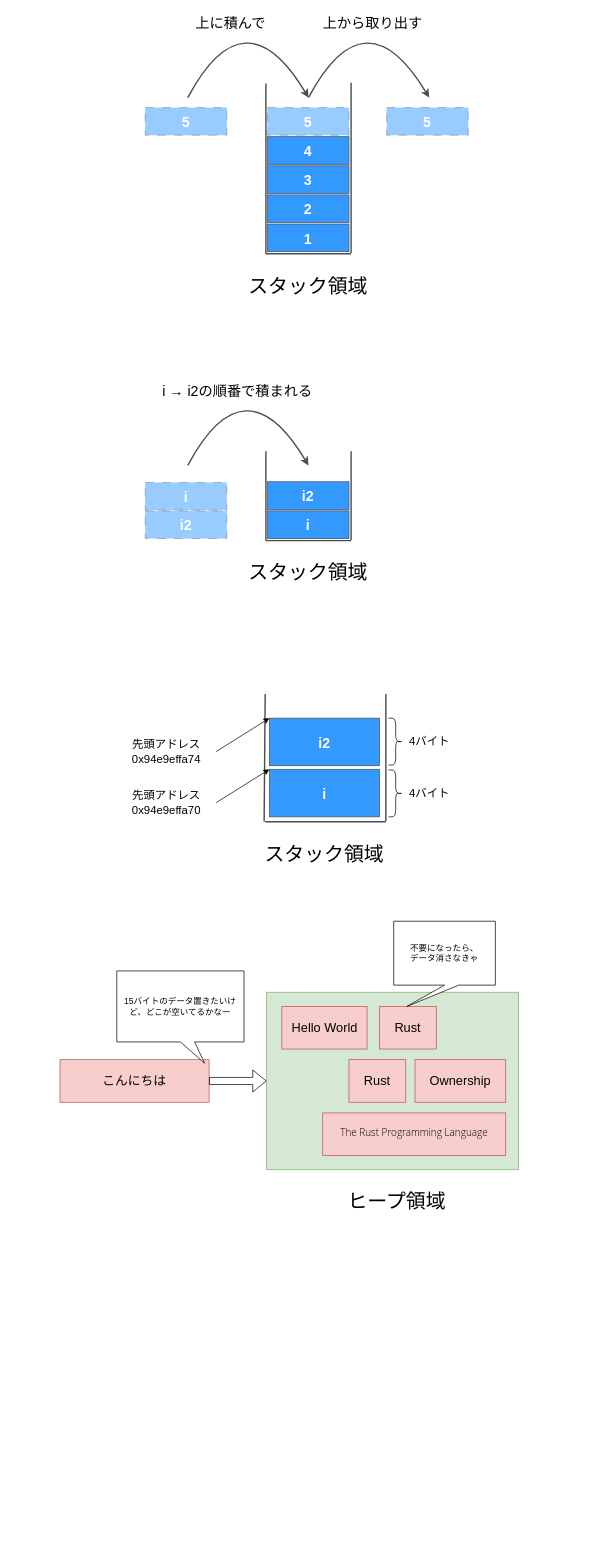
The draw.io diagram content/draft/Others/OwnerShip/images/image.drawio in kento-yoshidu/GatsbyBlog, before the edit. Source tidied: cells renumbered, new cells numbered last; positions are measured from the earlier drawing's top-left corner, leaving out a move shared by most shapes. Both pictures are drawn from the tidied source at 71%, with x=0, y=0 at pixel (60, -9).
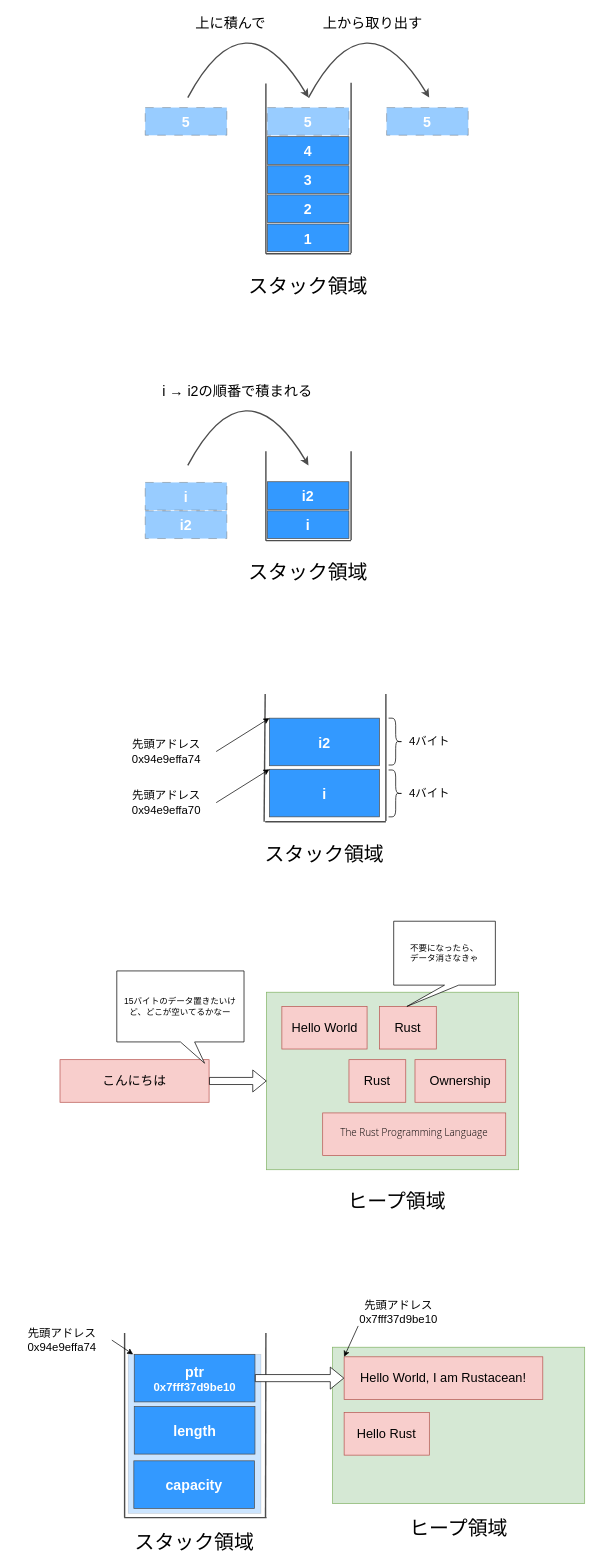
Above is the later version.

The edit, as a diff of the source:
```diff
@@
+    <mxCell id="52" value="&lt;font size=&quot;1&quot; color=&quot;#ffffff&quot;&gt;&lt;b style=&quot;font-size: 20px;&quot;&gt;&lt;br&gt;&lt;/b&gt;&lt;/font&gt;" style="rounded=0;whiteSpace=wrap;html=1;strokeColor=#4D4D4D;fillColor=#007FFF;opacity=20;" parent="1" vertex="1">
+      <mxGeometry x="96.2" y="1920" width="186.8" height="224" as="geometry" />
+    </mxCell>
@@
+    <mxCell id="53" style="endArrow=none;html=1;rounded=0;strokeColor=#4D4D4D;strokeWidth=2;" parent="1" edge="1">
+      <mxGeometry relative="1" as="geometry">
+        <mxPoint x="91" y="1890" as="sourcePoint" />
+        <mxPoint x="91" y="2150" as="targetPoint" />
+      </mxGeometry>
+    </mxCell>
+    <mxCell id="54" style="endArrow=none;html=1;rounded=0;strokeColor=#4D4D4D;strokeWidth=2;" parent="1" edge="1">
+      <mxGeometry relative="1" as="geometry">
+        <mxPoint x="291" y="2150" as="sourcePoint" />
+        <mxPoint x="90.5" y="2150" as="targetPoint" />
+      </mxGeometry>
+    </mxCell>
+    <mxCell id="55" style="endArrow=none;html=1;rounded=0;strokeColor=#4D4D4D;strokeWidth=2;" parent="1" edge="1">
+      <mxGeometry relative="1" as="geometry">
+        <mxPoint x="289.5" y="2149" as="sourcePoint" />
+        <mxPoint x="290" y="1890" as="targetPoint" />
+      </mxGeometry>
+    </mxCell>
+    <mxCell id="56" value="&lt;font size=&quot;1&quot; color=&quot;#ffffff&quot;&gt;&lt;b style=&quot;font-size: 20px;&quot;&gt;capacity&lt;/b&gt;&lt;/font&gt;" style="rounded=0;whiteSpace=wrap;html=1;strokeColor=#4D4D4D;fillColor=#3399FF;" parent="1" vertex="1">
+      <mxGeometry x="104" y="2070" width="170" height="67" as="geometry" />
+    </mxCell>
+    <mxCell id="57" value="先頭アドレス&lt;br style=&quot;font-size: 16px;&quot;&gt;0x94e9effa74" style="text;html=1;strokeColor=none;fillColor=none;align=center;verticalAlign=middle;whiteSpace=wrap;rounded=0;fontSize=16;" parent="1" vertex="1">
+      <mxGeometry x="-67" y="1880" width="140" height="40" as="geometry" />
+    </mxCell>
+    <mxCell id="58" style="endArrow=classic;html=1;rounded=0;exitX=1;exitY=0.5;exitDx=0;exitDy=0;" parent="1" edge="1" source="57">
+      <mxGeometry relative="1" as="geometry">
+        <mxPoint x="103" y="1920" as="targetPoint" />
+      </mxGeometry>
+    </mxCell>
+    <mxCell id="59" value="&lt;font size=&quot;1&quot; color=&quot;#ffffff&quot;&gt;&lt;b style=&quot;font-size: 20px;&quot;&gt;length&lt;/b&gt;&lt;/font&gt;" style="rounded=0;whiteSpace=wrap;html=1;strokeColor=#4D4D4D;fillColor=#3399FF;" parent="1" vertex="1">
+      <mxGeometry x="104.6" y="1993.5" width="170" height="67" as="geometry" />
+    </mxCell>
+    <mxCell id="60" value="&lt;font size=&quot;1&quot; color=&quot;#ffffff&quot;&gt;&lt;b style=&quot;font-size: 16px;&quot;&gt;&lt;span style=&quot;font-size: 20px;&quot;&gt;ptr&lt;/span&gt;&lt;br&gt;0x7fff37d9be10&lt;br&gt;&lt;/b&gt;&lt;/font&gt;" style="rounded=0;whiteSpace=wrap;html=1;strokeColor=#4D4D4D;fillColor=#3399FF;" parent="1" vertex="1">
+      <mxGeometry x="104.6" y="1920" width="170" height="67" as="geometry" />
+    </mxCell>
+    <mxCell id="61" style="rounded=0;whiteSpace=wrap;html=1;fillColor=#d5e8d4;strokeColor=#82b366;" parent="1" vertex="1">
+      <mxGeometry x="384" y="1910" width="355" height="220" as="geometry" />
+    </mxCell>
+    <mxCell id="62" value="&lt;font style=&quot;font-size: 18px;&quot;&gt;Hello World, I am Rustacean!&lt;/font&gt;" style="rounded=0;whiteSpace=wrap;html=1;fillColor=#f8cecc;strokeColor=#b85450;" parent="1" vertex="1">
+      <mxGeometry x="400.2" y="1923.5" width="279.8" height="60" as="geometry" />
+    </mxCell>
+    <mxCell id="63" value="&lt;font style=&quot;font-size: 18px;&quot;&gt;Hello Rust&lt;/font&gt;" style="rounded=0;whiteSpace=wrap;html=1;fillColor=#f8cecc;strokeColor=#b85450;" parent="1" vertex="1">
+      <mxGeometry x="400.2" y="2002" width="120" height="60" as="geometry" />
+    </mxCell>
+    <mxCell id="64" value="先頭アドレス&lt;br&gt;0x7fff37d9be10" style="text;html=1;strokeColor=none;fillColor=none;align=center;verticalAlign=middle;whiteSpace=wrap;rounded=0;fontSize=16;" parent="1" vertex="1">
+      <mxGeometry x="407" y="1840" width="140" height="40" as="geometry" />
+    </mxCell>
+    <mxCell id="65" style="endArrow=classic;html=1;rounded=0;entryX=0;entryY=0;entryDx=0;entryDy=0;" parent="1" edge="1" target="62">
+      <mxGeometry relative="1" as="geometry">
+        <mxPoint x="420" y="1880" as="sourcePoint" />
+      </mxGeometry>
+    </mxCell>
+    <mxCell id="66" style="shape=flexArrow;endArrow=classic;html=1;rounded=0;exitX=1;exitY=0.5;exitDx=0;exitDy=0;entryX=0;entryY=0.5;entryDx=0;entryDy=0;fillColor=default;" parent="1" edge="1" source="60" target="62">
+      <mxGeometry relative="1" as="geometry" />
+    </mxCell>
+    <mxCell id="67" value="ヒープ領域" style="text;html=1;strokeColor=none;fillColor=none;align=center;verticalAlign=middle;whiteSpace=wrap;rounded=0;fontSize=28;" parent="1" vertex="1">
+      <mxGeometry x="471.2" y="2150" width="180.5" height="30" as="geometry" />
+    </mxCell>
+    <mxCell id="68" value="スタック領域" style="text;html=1;strokeColor=none;fillColor=none;align=center;verticalAlign=middle;whiteSpace=wrap;rounded=0;fontSize=28;" parent="1" vertex="1">
+      <mxGeometry x="98.8" y="2170" width="180.5" height="30" as="geometry" />
+    </mxCell>
```
